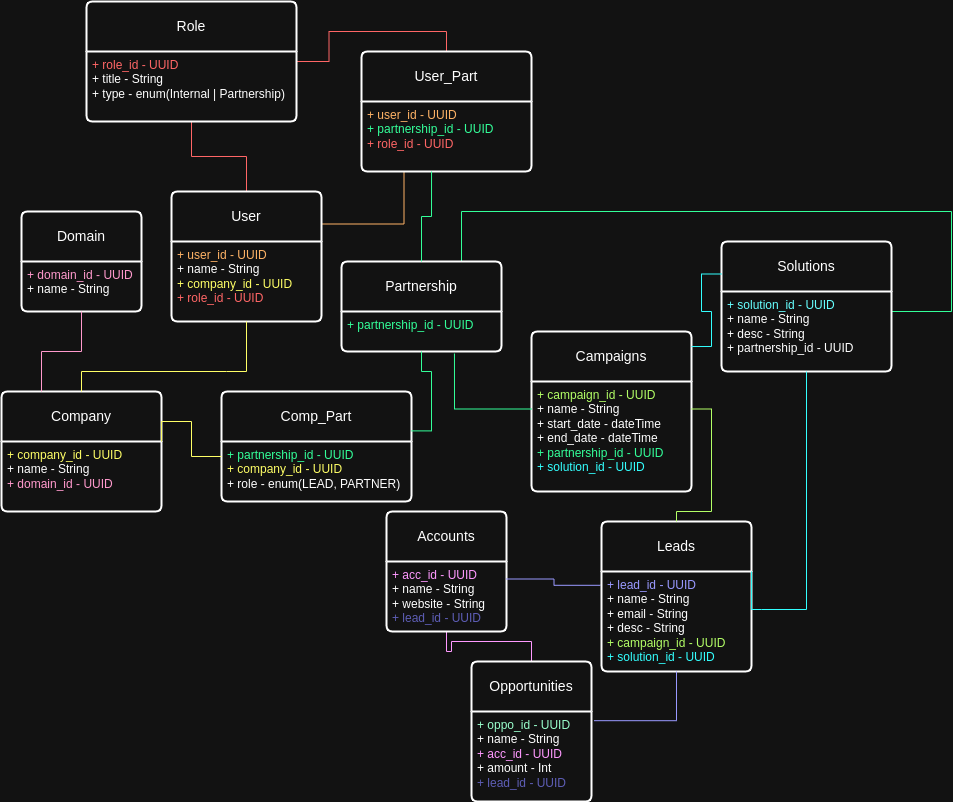
Above: db.drawio.png in rajatnai84/DBMS-Partnership-Schema (draw.io), before the change. Source tidied: cells renumbered, new cells last; positions are measured from the earlier drawing's top-left corner, leaving out a move shared by most shapes.
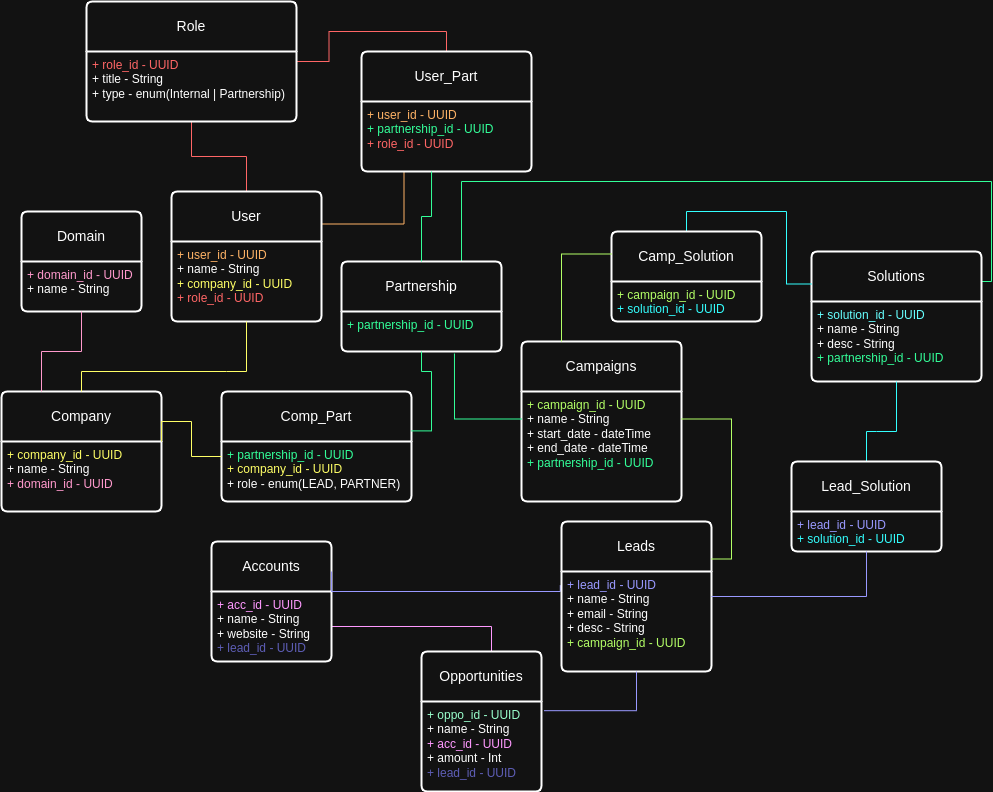
The same file after the commit.

Change to the diagram source:
```diff
@@ -20,13 +20,13 @@
     <mxCell id="7" value="&lt;font style=&quot;color: light-dark(rgb(0, 0, 0), rgb(255, 179, 102));&quot;&gt;+ user_id - UUID&lt;/font&gt;&lt;br&gt;+ name - String&lt;br&gt;&lt;div&gt;&lt;font style=&quot;color: light-dark(rgb(0, 0, 0), rgb(255, 255, 102));&quot;&gt;+ company_id - UUID&lt;/font&gt;&lt;br&gt;&lt;div&gt;&lt;font style=&quot;color: light-dark(rgb(0, 0, 0), rgb(255, 102, 102));&quot;&gt;+ role_id - UUID&lt;/font&gt;&lt;/div&gt;&lt;/div&gt;" style="align=left;strokeColor=none;fillColor=none;spacingLeft=4;fontSize=12;verticalAlign=top;html=1;" parent="6" vertex="1">
       <mxGeometry y="50" width="150" height="80" as="geometry" />
     </mxCell>
-    <mxCell id="8" style="edgeStyle=orthogonalEdgeStyle;rounded=0;jettySize=auto;html=1;exitX=0.75;exitY=0;exitDx=0;exitDy=0;endArrow=none;endFill=0;strokeColor=light-dark(#000000,#33FF99);" parent="1" edge="1" target="27">
+    <mxCell id="8" style="edgeStyle=orthogonalEdgeStyle;rounded=0;jettySize=auto;html=1;exitX=0.75;exitY=0;exitDx=0;exitDy=0;endArrow=none;endFill=0;strokeColor=light-dark(#000000,#33FF99);" parent="1" edge="1" source="9">
       <mxGeometry relative="1" as="geometry">
-        <mxPoint x="460" y="280" as="sourcePoint" />
+        <mxPoint x="980" y="280" as="targetPoint" />
         <Array as="points">
-          <mxPoint x="460" y="210" />
-          <mxPoint x="950" y="210" />
-          <mxPoint x="950" y="310" />
+          <mxPoint x="460" y="180" />
+          <mxPoint x="990" y="180" />
+          <mxPoint x="990" y="280" />
         </Array>
       </mxGeometry>
     </mxCell>
@@ -51,40 +51,49 @@
     <mxCell id="15" value="&lt;font style=&quot;color: light-dark(rgb(0, 0, 0), rgb(255, 153, 204));&quot;&gt;+ domain_id - UUID&lt;/font&gt;&lt;br&gt;+ name - String" style="align=left;strokeColor=none;fillColor=none;spacingLeft=4;fontSize=12;verticalAlign=top;html=1;" parent="14" vertex="1">
       <mxGeometry y="50" width="120" height="50" as="geometry" />
     </mxCell>
-    <mxCell id="16" style="edgeStyle=orthogonalEdgeStyle;rounded=0;jettySize=auto;html=1;exitX=0.5;exitY=0;exitDx=0;exitDy=0;entryX=0.5;entryY=1;entryDx=0;entryDy=0;endArrow=none;endFill=0;strokeColor=light-dark(#000000,#FF99FF);" parent="1" edge="1" source="17" target="20">
-      <mxGeometry relative="1" as="geometry" />
+    <mxCell id="16" style="edgeStyle=orthogonalEdgeStyle;rounded=0;jettySize=auto;html=1;exitX=0.5;exitY=0;exitDx=0;exitDy=0;entryX=1;entryY=0.5;entryDx=0;entryDy=0;endArrow=none;endFill=0;strokeColor=light-dark(#000000,#FF99FF);" parent="1" edge="1" source="17" target="20">
+      <mxGeometry relative="1" as="geometry">
+        <Array as="points">
+          <mxPoint x="490" y="625" />
+        </Array>
+      </mxGeometry>
     </mxCell>
     <mxCell id="17" value="Opportunities" style="swimlane;horizontal=1;startSize=50;rounded=1;fontSize=14;fontStyle=0;strokeWidth=2;shadow=0;dashed=0;align=center;arcSize=4;whiteSpace=wrap;html=1;" parent="1" vertex="1">
-      <mxGeometry x="470" y="660" width="120" height="140" as="geometry" />
+      <mxGeometry x="420" y="650" width="120" height="140" as="geometry" />
     </mxCell>
     <mxCell id="18" value="&lt;font style=&quot;color: light-dark(rgb(0, 0, 0), rgb(153, 255, 204));&quot;&gt;+ oppo_id - UUID&lt;/font&gt;&lt;br&gt;+ name - String&lt;div&gt;&lt;font style=&quot;color: light-dark(rgb(0, 0, 0), rgb(255, 153, 255));&quot;&gt;+ acc_id - UUID&lt;/font&gt;&lt;/div&gt;&lt;div&gt;+ amount - Int&lt;/div&gt;&lt;div&gt;&lt;span style=&quot;color: rgb(153, 153, 255);&quot;&gt;+ lead_id - UUID&lt;/span&gt;&lt;/div&gt;" style="align=left;strokeColor=none;fillColor=none;spacingLeft=4;fontSize=12;verticalAlign=top;html=1;" parent="17" vertex="1">
       <mxGeometry y="50" width="120" height="90" as="geometry" />
     </mxCell>
     <mxCell id="19" value="Accounts" style="swimlane;horizontal=1;startSize=50;rounded=1;fontSize=14;fontStyle=0;strokeWidth=2;shadow=0;dashed=0;align=center;arcSize=4;whiteSpace=wrap;html=1;" parent="1" vertex="1">
-      <mxGeometry x="385" y="510" width="120" height="120" as="geometry" />
+      <mxGeometry x="210" y="540" width="120" height="120" as="geometry" />
     </mxCell>
     <mxCell id="20" value="&lt;font style=&quot;color: light-dark(rgb(0, 0, 0), rgb(255, 153, 255));&quot;&gt;+ acc_id - UUID&lt;/font&gt;&lt;br&gt;+ name - String&lt;div&gt;+ website - String&lt;/div&gt;&lt;div&gt;&lt;span style=&quot;color: rgb(153, 153, 255);&quot;&gt;+ lead_id - UUID&lt;/span&gt;&lt;/div&gt;" style="align=left;strokeColor=none;fillColor=none;spacingLeft=4;fontSize=12;verticalAlign=top;html=1;" parent="19" vertex="1">
       <mxGeometry y="50" width="120" height="70" as="geometry" />
     </mxCell>
-    <mxCell id="21" style="edgeStyle=orthogonalEdgeStyle;rounded=0;jettySize=auto;html=1;exitX=-0.008;exitY=0.138;exitDx=0;exitDy=0;entryX=1;entryY=0.25;entryDx=0;entryDy=0;exitPerimeter=0;endArrow=none;endFill=0;strokeColor=light-dark(#000000,#9999FF);" parent="1" edge="1" source="23" target="20">
-      <mxGeometry relative="1" as="geometry" />
+    <mxCell id="21" style="edgeStyle=orthogonalEdgeStyle;rounded=0;jettySize=auto;html=1;exitX=-0.008;exitY=0.138;exitDx=0;exitDy=0;entryX=1;entryY=0.25;entryDx=0;entryDy=0;exitPerimeter=0;endArrow=none;endFill=0;strokeColor=light-dark(#000000,#9999FF);" parent="1" edge="1" source="23" target="19">
+      <mxGeometry relative="1" as="geometry">
+        <Array as="points">
+          <mxPoint x="559" y="590" />
+          <mxPoint x="330" y="590" />
+        </Array>
+      </mxGeometry>
     </mxCell>
     <mxCell id="22" value="Leads" style="swimlane;horizontal=1;startSize=50;rounded=1;fontSize=14;fontStyle=0;strokeWidth=2;shadow=0;dashed=0;align=center;arcSize=4;whiteSpace=wrap;html=1;" parent="1" vertex="1">
-      <mxGeometry x="600" y="520" width="150" height="150" as="geometry" />
+      <mxGeometry x="560" y="520" width="150" height="150" as="geometry" />
     </mxCell>
-    <mxCell id="23" value="&lt;div&gt;&lt;font style=&quot;color: light-dark(rgb(0, 0, 0), rgb(153, 153, 255));&quot;&gt;+ lead_id - UUID&lt;/font&gt;&lt;/div&gt;+ name - String&lt;div&gt;+ email - String&lt;/div&gt;&lt;div&gt;+ desc - String&lt;/div&gt;&lt;div&gt;&lt;font style=&quot;color: light-dark(rgb(0, 0, 0), rgb(179, 255, 102));&quot;&gt;+ campaign_id - UUID&lt;/font&gt;&lt;/div&gt;&lt;div&gt;&lt;font style=&quot;&quot;&gt;&lt;span&gt;&lt;font style=&quot;color: light-dark(rgb(102, 255, 255), rgb(51, 255, 255));&quot;&gt;+ solution_id - UUID&lt;/font&gt;&lt;/span&gt;&lt;br&gt;&lt;/font&gt;&lt;div&gt;&lt;span style=&quot;color: rgba(0, 0, 0, 0); font-family: monospace; font-size: 0px;&quot;&gt;%3CmxGraphModel%3E%3Croot%3E%3CmxCell%20id%3D%220%22%2F%3E%3CmxCell%20id%3D%221%22%20parent%3D%220%22%2F%3E%3CmxCell%20id%3D%222%22%20value%3D%22Leads%22%20style%3D%22swimlane%3BchildLayout%3DstackLayout%3Bhorizontal%3D1%3BstartSize%3D50%3BhorizontalStack%3D0%3Brounded%3D1%3BfontSize%3D14%3BfontStyle%3D0%3BstrokeWidth%3D2%3BresizeParent%3D0%3BresizeLast%3D1%3Bshadow%3D0%3Bdashed%3D0%3Balign%3Dcenter%3BarcSize%3D4%3BwhiteSpace%3Dwrap%3Bhtml%3D1%3B%22%20vertex%3D%221%22%20parent%3D%221%22%3E%3CmxGeometry%20x%3D%22-500%22%20y%3D%22510%22%20width%3D%22120%22%20height%3D%22100%22%20as%3D%22geometry%22%2F%3E%3C%2FmxCell%3E%3CmxCell%20id%3D%223%22%20value%3D%22%26lt%3Bfont%20style%3D%26quot%3Bcolor%3A%20light-dark(rgb(0%2C%200%2C%200)%2C%20rgb(255%2C%20102%2C%20102))%3B%26quot%3B%26gt%3B%2B%20domain_id%20-%20UUID%26lt%3B%2Ffont%26gt%3B%26lt%3Bbr%26gt%3B%2B%20name%20-%20String%22%20style%3D%22align%3Dleft%3BstrokeColor%3Dnone%3BfillColor%3Dnone%3BspacingLeft%3D4%3BfontSize%3D12%3BverticalAlign%3Dtop%3Bresizable%3D0%3Brotatable%3D0%3Bpart%3D1%3Bhtml%3D1%3B%22%20vertex%3D%221%22%20parent%3D%222%22%3E%3CmxGeometry%20y%3D%2250%22%20width%3D%22120%22%20height%3D%2250%22%20as%3D%22geometry%22%2F%3E%3C%2FmxCell%3E%3C%2Froot%3E%3C%2FmxGraphModel%3E&lt;/span&gt;&lt;/div&gt;&lt;/div&gt;" style="align=left;strokeColor=none;fillColor=none;spacingLeft=4;fontSize=12;verticalAlign=top;html=1;" parent="22" vertex="1">
+    <mxCell id="23" value="&lt;div&gt;&lt;font style=&quot;color: light-dark(rgb(0, 0, 0), rgb(153, 153, 255));&quot;&gt;+ lead_id - UUID&lt;/font&gt;&lt;/div&gt;+ name - String&lt;div&gt;+ email - String&lt;/div&gt;&lt;div&gt;+ desc - String&lt;/div&gt;&lt;div&gt;&lt;font style=&quot;color: light-dark(rgb(0, 0, 0), rgb(179, 255, 102));&quot;&gt;+ campaign_id - UUID&lt;/font&gt;&lt;/div&gt;&lt;div&gt;&lt;div&gt;&lt;span style=&quot;color: rgba(0, 0, 0, 0); font-family: monospace; font-size: 0px;&quot;&gt;%3CmxGraphModel%3E%3Croot%3E%3CmxCell%20id%3D%220%22%2F%3E%3CmxCell%20id%3D%221%22%20parent%3D%220%22%2F%3E%3CmxCell%20id%3D%222%22%20value%3D%22Leads%22%20style%3D%22swimlane%3BchildLayout%3DstackLayout%3Bhorizontal%3D1%3BstartSize%3D50%3BhorizontalStack%3D0%3Brounded%3D1%3BfontSize%3D14%3BfontStyle%3D0%3BstrokeWidth%3D2%3BresizeParent%3D0%3BresizeLast%3D1%3Bshadow%3D0%3Bdashed%3D0%3Balign%3Dcenter%3BarcSize%3D4%3BwhiteSpace%3Dwrap%3Bhtml%3D1%3B%22%20vertex%3D%221%22%20parent%3D%221%22%3E%3CmxGeometry%20x%3D%22-500%22%20y%3D%22510%22%20width%3D%22120%22%20height%3D%22100%22%20as%3D%22geometry%22%2F%3E%3C%2FmxCell%3E%3CmxCell%20id%3D%223%22%20value%3D%22%26lt%3Bfont%20style%3D%26quot%3Bcolor%3A%20light-dark(rgb(0%2C%200%2C%200)%2C%20rgb(255%2C%20102%2C%20102))%3B%26quot%3B%26gt%3B%2B%20domain_id%20-%20UUID%26lt%3B%2Ffont%26gt%3B%26lt%3Bbr%26gt%3B%2B%20name%20-%20String%22%20style%3D%22align%3Dleft%3BstrokeColor%3Dnone%3BfillColor%3Dnone%3BspacingLeft%3D4%3BfontSize%3D12%3BverticalAlign%3Dtop%3Bresizable%3D0%3Brotatable%3D0%3Bpart%3D1%3Bhtml%3D1%3B%22%20vertex%3D%221%22%20parent%3D%222%22%3E%3CmxGeometry%20y%3D%2250%22%20width%3D%22120%22%20height%3D%2250%22%20as%3D%22geometry%22%2F%3E%3C%2FmxCell%3E%3C%2Froot%3E%3C%2FmxGraphModel%3E&lt;/span&gt;&lt;/div&gt;&lt;/div&gt;" style="align=left;strokeColor=none;fillColor=none;spacingLeft=4;fontSize=12;verticalAlign=top;html=1;" parent="22" vertex="1">
       <mxGeometry y="50" width="150" height="100" as="geometry" />
     </mxCell>
     <mxCell id="24" value="Campaigns" style="swimlane;horizontal=1;startSize=50;rounded=1;fontSize=14;fontStyle=0;strokeWidth=2;shadow=0;dashed=0;align=center;arcSize=4;whiteSpace=wrap;html=1;" parent="1" vertex="1">
-      <mxGeometry x="530" y="330" width="160" height="160" as="geometry" />
+      <mxGeometry x="520" y="340" width="160" height="160" as="geometry" />
     </mxCell>
-    <mxCell id="25" value="&lt;div&gt;&lt;font style=&quot;color: light-dark(rgb(0, 0, 0), rgb(179, 255, 102));&quot;&gt;+ campaign_id - UUID&lt;/font&gt;&lt;/div&gt;+ name - String&lt;div&gt;+ start_date - dateTime&lt;/div&gt;&lt;div&gt;+ end_date - dateTime&lt;/div&gt;&lt;div&gt;&lt;font style=&quot;color: light-dark(rgb(0, 0, 0), rgb(51, 255, 153));&quot;&gt;+ partnership_id - UUID&lt;/font&gt;&lt;/div&gt;&lt;div&gt;&lt;font style=&quot;color: light-dark(rgb(102, 255, 255), rgb(51, 255, 255));&quot;&gt;&lt;span&gt;+ solution_id - UUID&lt;/span&gt;&lt;/font&gt;&lt;/div&gt;" style="align=left;strokeColor=none;fillColor=none;spacingLeft=4;fontSize=12;verticalAlign=top;html=1;" parent="24" vertex="1">
+    <mxCell id="25" value="&lt;div&gt;&lt;font style=&quot;color: light-dark(rgb(0, 0, 0), rgb(179, 255, 102));&quot;&gt;+ campaign_id - UUID&lt;/font&gt;&lt;/div&gt;+ name - String&lt;div&gt;+ start_date - dateTime&lt;/div&gt;&lt;div&gt;+ end_date - dateTime&lt;/div&gt;&lt;div&gt;&lt;font style=&quot;color: light-dark(rgb(0, 0, 0), rgb(51, 255, 153));&quot;&gt;+ partnership_id - UUID&lt;/font&gt;&lt;/div&gt;&lt;div&gt;&lt;br&gt;&lt;/div&gt;" style="align=left;strokeColor=none;fillColor=none;spacingLeft=4;fontSize=12;verticalAlign=top;html=1;" parent="24" vertex="1">
       <mxGeometry y="50" width="160" height="110" as="geometry" />
     </mxCell>
     <mxCell id="26" value="Solutions" style="swimlane;horizontal=1;startSize=50;rounded=1;fontSize=14;fontStyle=0;strokeWidth=2;shadow=0;dashed=0;align=center;arcSize=4;whiteSpace=wrap;html=1;" parent="1" vertex="1">
-      <mxGeometry x="720" y="240" width="170" height="130" as="geometry" />
+      <mxGeometry x="810" y="250" width="170" height="130" as="geometry" />
     </mxCell>
-    <mxCell id="27" value="&lt;div&gt;&lt;font style=&quot;color: light-dark(rgb(0, 0, 0), rgb(102, 255, 255));&quot;&gt;+ solution_id - UUID&lt;/font&gt;&lt;/div&gt;&lt;font style=&quot;color: light-dark(rgb(0, 0, 0), rgb(255, 255, 255));&quot;&gt;+ name - String&lt;/font&gt;&lt;div&gt;&lt;font style=&quot;color: light-dark(rgb(0, 0, 0), rgb(255, 255, 255));&quot;&gt;+ desc - String&lt;/font&gt;&lt;/div&gt;&lt;div&gt;&lt;font style=&quot;color: light-dark(rgb(0, 0, 0), rgb(255, 255, 255));&quot;&gt;+ partnership_id - UUID&lt;/font&gt;&lt;/div&gt;" style="align=left;strokeColor=none;fillColor=none;spacingLeft=4;fontSize=12;verticalAlign=top;html=1;" parent="26" vertex="1">
+    <mxCell id="27" value="&lt;div&gt;&lt;font style=&quot;color: light-dark(rgb(0, 0, 0), rgb(102, 255, 255));&quot;&gt;+ solution_id - UUID&lt;/font&gt;&lt;/div&gt;&lt;font style=&quot;color: light-dark(rgb(0, 0, 0), rgb(255, 255, 255));&quot;&gt;+ name - String&lt;/font&gt;&lt;div&gt;&lt;font style=&quot;color: light-dark(rgb(0, 0, 0), rgb(255, 255, 255));&quot;&gt;+ desc - String&lt;/font&gt;&lt;/div&gt;&lt;div&gt;&lt;font style=&quot;color: light-dark(rgb(0, 0, 0), rgb(51, 255, 153));&quot;&gt;+ partnership_id - UUID&lt;/font&gt;&lt;/div&gt;" style="align=left;strokeColor=none;fillColor=none;spacingLeft=4;fontSize=12;verticalAlign=top;html=1;" parent="26" vertex="1">
       <mxGeometry y="50" width="170" height="80" as="geometry" />
     </mxCell>
     <mxCell id="28" style="edgeStyle=orthogonalEdgeStyle;rounded=0;jettySize=auto;html=1;exitX=0.5;exitY=1;exitDx=0;exitDy=0;entryX=0.5;entryY=0;entryDx=0;entryDy=0;endArrow=none;endFill=0;strokeColor=light-dark(#000000,#FFFF66);" parent="1" edge="1" source="7" target="2">
@@ -125,19 +134,37 @@
     <mxCell id="38" style="edgeStyle=orthogonalEdgeStyle;rounded=0;jettySize=auto;html=1;exitX=0;exitY=0.25;exitDx=0;exitDy=0;entryX=0.706;entryY=1.05;entryDx=0;entryDy=0;entryPerimeter=0;endArrow=none;endFill=0;strokeColor=light-dark(#000000,#33FF99);" parent="1" edge="1" source="25" target="10">
       <mxGeometry relative="1" as="geometry" />
     </mxCell>
-    <mxCell id="39" style="edgeStyle=orthogonalEdgeStyle;rounded=0;jettySize=auto;html=1;exitX=1;exitY=0.25;exitDx=0;exitDy=0;endArrow=none;endFill=0;strokeColor=light-dark(#000000,#B3FF66);" parent="1" edge="1" source="25" target="22">
+    <mxCell id="39" style="edgeStyle=orthogonalEdgeStyle;rounded=0;jettySize=auto;html=1;exitX=1;exitY=0.25;exitDx=0;exitDy=0;endArrow=none;endFill=0;strokeColor=light-dark(#000000,#B3FF66);entryX=1;entryY=0.25;entryDx=0;entryDy=0;" parent="1" edge="1" source="25" target="22">
       <mxGeometry relative="1" as="geometry" />
     </mxCell>
-    <mxCell id="40" style="edgeStyle=orthogonalEdgeStyle;rounded=0;jettySize=auto;html=1;exitX=1;exitY=0.094;exitDx=0;exitDy=0;entryX=0;entryY=0.25;entryDx=0;entryDy=0;endArrow=none;endFill=0;strokeColor=light-dark(#000000,#33FFFF);exitPerimeter=0;" parent="1" edge="1" source="24" target="26">
+    <mxCell id="40" style="edgeStyle=orthogonalEdgeStyle;rounded=0;jettySize=auto;html=1;exitX=0.5;exitY=0;exitDx=0;exitDy=0;entryX=0;entryY=0.25;entryDx=0;entryDy=0;endArrow=none;endFill=0;strokeColor=light-dark(#000000,#33FFFF);" parent="1" edge="1" source="45" target="26">
       <mxGeometry relative="1" as="geometry" />
     </mxCell>
-    <mxCell id="41" style="edgeStyle=orthogonalEdgeStyle;rounded=0;jettySize=auto;html=1;exitX=1;exitY=0;exitDx=0;exitDy=0;entryX=0.5;entryY=1;entryDx=0;entryDy=0;endArrow=none;endFill=0;strokeColor=light-dark(#000000,#33FFFF);" parent="1" edge="1" source="23" target="27">
+    <mxCell id="41" style="edgeStyle=orthogonalEdgeStyle;rounded=0;jettySize=auto;html=1;exitX=0.5;exitY=0;exitDx=0;exitDy=0;entryX=0.5;entryY=1;entryDx=0;entryDy=0;endArrow=none;endFill=0;strokeColor=light-dark(#000000,#33FFFF);" parent="1" edge="1" source="42" target="27">
       <mxGeometry relative="1" as="geometry">
         <Array as="points">
-          <mxPoint x="760" y="608" />
-          <mxPoint x="835" y="608" />
+          <mxPoint x="875" y="430" />
+          <mxPoint x="805" y="430" />
         </Array>
       </mxGeometry>
     </mxCell>
+    <mxCell id="42" value="Lead_Solution" style="swimlane;horizontal=1;startSize=50;rounded=1;fontSize=14;fontStyle=0;strokeWidth=2;shadow=0;dashed=0;align=center;arcSize=4;whiteSpace=wrap;html=1;" parent="1" vertex="1">
+      <mxGeometry x="790" y="460" width="150" height="90" as="geometry" />
+    </mxCell>
+    <mxCell id="43" value="&lt;div&gt;&lt;font style=&quot;color: light-dark(rgb(0, 0, 0), rgb(153, 153, 255));&quot;&gt;+ lead_id - UUID&lt;/font&gt;&lt;/div&gt;&lt;div&gt;&lt;font style=&quot;&quot;&gt;&lt;span&gt;&lt;font style=&quot;color: light-dark(rgb(102, 255, 255), rgb(51, 255, 255));&quot;&gt;+ solution_id - UUID&lt;/font&gt;&lt;/span&gt;&lt;br&gt;&lt;/font&gt;&lt;div&gt;&lt;span style=&quot;color: rgba(0, 0, 0, 0); font-family: monospace; font-size: 0px;&quot;&gt;%3CmxGraphModel%3E%3Croot%3E%3CmxCell%20id%3D%220%22%2F%3E%3CmxCell%20id%3D%221%22%20parent%3D%220%22%2F%3E%3CmxCell%20id%3D%222%22%20value%3D%22Leads%22%20style%3D%22swimlane%3BchildLayout%3DstackLayout%3Bhorizontal%3D1%3BstartSize%3D50%3BhorizontalStack%3D0%3Brounded%3D1%3BfontSize%3D14%3BfontStyle%3D0%3BstrokeWidth%3D2%3BresizeParent%3D0%3BresizeLast%3D1%3Bshadow%3D0%3Bdashed%3D0%3Balign%3Dcenter%3BarcSize%3D4%3BwhiteSpace%3Dwrap%3Bhtml%3D1%3B%22%20vertex%3D%221%22%20parent%3D%221%22%3E%3CmxGeometry%20x%3D%22-500%22%20y%3D%22510%22%20width%3D%22120%22%20height%3D%22100%22%20as%3D%22geometry%22%2F%3E%3C%2FmxCell%3E%3CmxCell%20id%3D%223%22%20value%3D%22%26lt%3Bfont%20style%3D%26quot%3Bcolor%3A%20light-dark(rgb(0%2C%200%2C%200)%2C%20rgb(255%2C%20102%2C%20102))%3B%26quot%3B%26gt%3B%2B%20domain_id%20-%20UUID%26lt%3B%2Ffont%26gt%3B%26lt%3Bbr%26gt%3B%2B%20name%20-%20String%22%20style%3D%22align%3Dleft%3BstrokeColor%3Dnone%3BfillColor%3Dnone%3BspacingLeft%3D4%3BfontSize%3D12%3BverticalAlign%3Dtop%3Bresizable%3D0%3Brotatable%3D0%3Bpart%3D1%3Bhtml%3D1%3B%22%20vertex%3D%221%22%20parent%3D%222%22%3E%3CmxGeometry%20y%3D%2250%22%20width%3D%22120%22%20height%3D%2250%22%20as%3D%22geometry%22%2F%3E%3C%2FmxCell%3E%3C%2Froot%3E%3C%2FmxGraphModel%3E&lt;/span&gt;&lt;/div&gt;&lt;/div&gt;" style="align=left;strokeColor=none;fillColor=none;spacingLeft=4;fontSize=12;verticalAlign=top;html=1;" parent="42" vertex="1">
+      <mxGeometry y="50" width="150" height="40" as="geometry" />
+    </mxCell>
+    <mxCell id="44" style="edgeStyle=orthogonalEdgeStyle;rounded=0;jettySize=auto;html=1;exitX=0.5;exitY=1;exitDx=0;exitDy=0;entryX=1;entryY=0.25;entryDx=0;entryDy=0;endArrow=none;endFill=0;strokeColor=light-dark(#000000,#9999FF);" parent="1" edge="1" source="43" target="23">
+      <mxGeometry relative="1" as="geometry" />
+    </mxCell>
+    <mxCell id="45" value="Camp_Solution" style="swimlane;horizontal=1;startSize=50;rounded=1;fontSize=14;fontStyle=0;strokeWidth=2;shadow=0;dashed=0;align=center;arcSize=4;whiteSpace=wrap;html=1;" parent="1" vertex="1">
+      <mxGeometry x="610" y="230" width="150" height="90" as="geometry" />
+    </mxCell>
+    <mxCell id="46" value="&lt;div&gt;&lt;span&gt;&lt;font style=&quot;color: light-dark(rgb(0, 0, 0), rgb(179, 255, 102));&quot;&gt;+ campaign_id - UUID&lt;/font&gt;&lt;/span&gt;&lt;/div&gt;&lt;div&gt;&lt;font style=&quot;&quot;&gt;&lt;span&gt;&lt;font style=&quot;color: light-dark(rgb(102, 255, 255), rgb(51, 255, 255));&quot;&gt;+ solution_id - UUID&lt;/font&gt;&lt;/span&gt;&lt;br&gt;&lt;/font&gt;&lt;div&gt;&lt;span style=&quot;color: rgba(0, 0, 0, 0); font-family: monospace; font-size: 0px;&quot;&gt;%3CmxGraphModel%3E%3Croot%3E%3CmxCell%20id%3D%220%22%2F%3E%3CmxCell%20id%3D%221%22%20parent%3D%220%22%2F%3E%3CmxCell%20id%3D%222%22%20value%3D%22Leads%22%20style%3D%22swimlane%3BchildLayout%3DstackLayout%3Bhorizontal%3D1%3BstartSize%3D50%3BhorizontalStack%3D0%3Brounded%3D1%3BfontSize%3D14%3BfontStyle%3D0%3BstrokeWidth%3D2%3BresizeParent%3D0%3BresizeLast%3D1%3Bshadow%3D0%3Bdashed%3D0%3Balign%3Dcenter%3BarcSize%3D4%3BwhiteSpace%3Dwrap%3Bhtml%3D1%3B%22%20vertex%3D%221%22%20parent%3D%221%22%3E%3CmxGeometry%20x%3D%22-500%22%20y%3D%22510%22%20width%3D%22120%22%20height%3D%22100%22%20as%3D%22geometry%22%2F%3E%3C%2FmxCell%3E%3CmxCell%20id%3D%223%22%20value%3D%22%26lt%3Bfont%20style%3D%26quot%3Bcolor%3A%20light-dark(rgb(0%2C%200%2C%200)%2C%20rgb(255%2C%20102%2C%20102))%3B%26quot%3B%26gt%3B%2B%20domain_id%20-%20UUID%26lt%3B%2Ffont%26gt%3B%26lt%3Bbr%26gt%3B%2B%20name%20-%20String%22%20style%3D%22align%3Dleft%3BstrokeColor%3Dnone%3BfillColor%3Dnone%3BspacingLeft%3D4%3BfontSize%3D12%3BverticalAlign%3Dtop%3Bresizable%3D0%3Brotatable%3D0%3Bpart%3D1%3Bhtml%3D1%3B%22%20vertex%3D%221%22%20parent%3D%222%22%3E%3CmxGeometry%20y%3D%2250%22%20width%3D%22120%22%20height%3D%2250%22%20as%3D%22geometry%22%2F%3E%3C%2FmxCell%3E%3C%2Froot%3E%3C%2FmxGraphModel%3E&lt;/span&gt;&lt;/div&gt;&lt;/div&gt;" style="align=left;strokeColor=none;fillColor=none;spacingLeft=4;fontSize=12;verticalAlign=top;html=1;" parent="45" vertex="1">
+      <mxGeometry y="50" width="150" height="40" as="geometry" />
+    </mxCell>
+    <mxCell id="47" style="edgeStyle=orthogonalEdgeStyle;rounded=0;jettySize=auto;html=1;exitX=0;exitY=0.25;exitDx=0;exitDy=0;entryX=0.25;entryY=0;entryDx=0;entryDy=0;endArrow=none;endFill=0;strokeColor=light-dark(#000000,#B3FF66);" parent="1" edge="1" source="45" target="24">
+      <mxGeometry relative="1" as="geometry" />
+    </mxCell>
   </root>
 </mxGraphModel>
```
